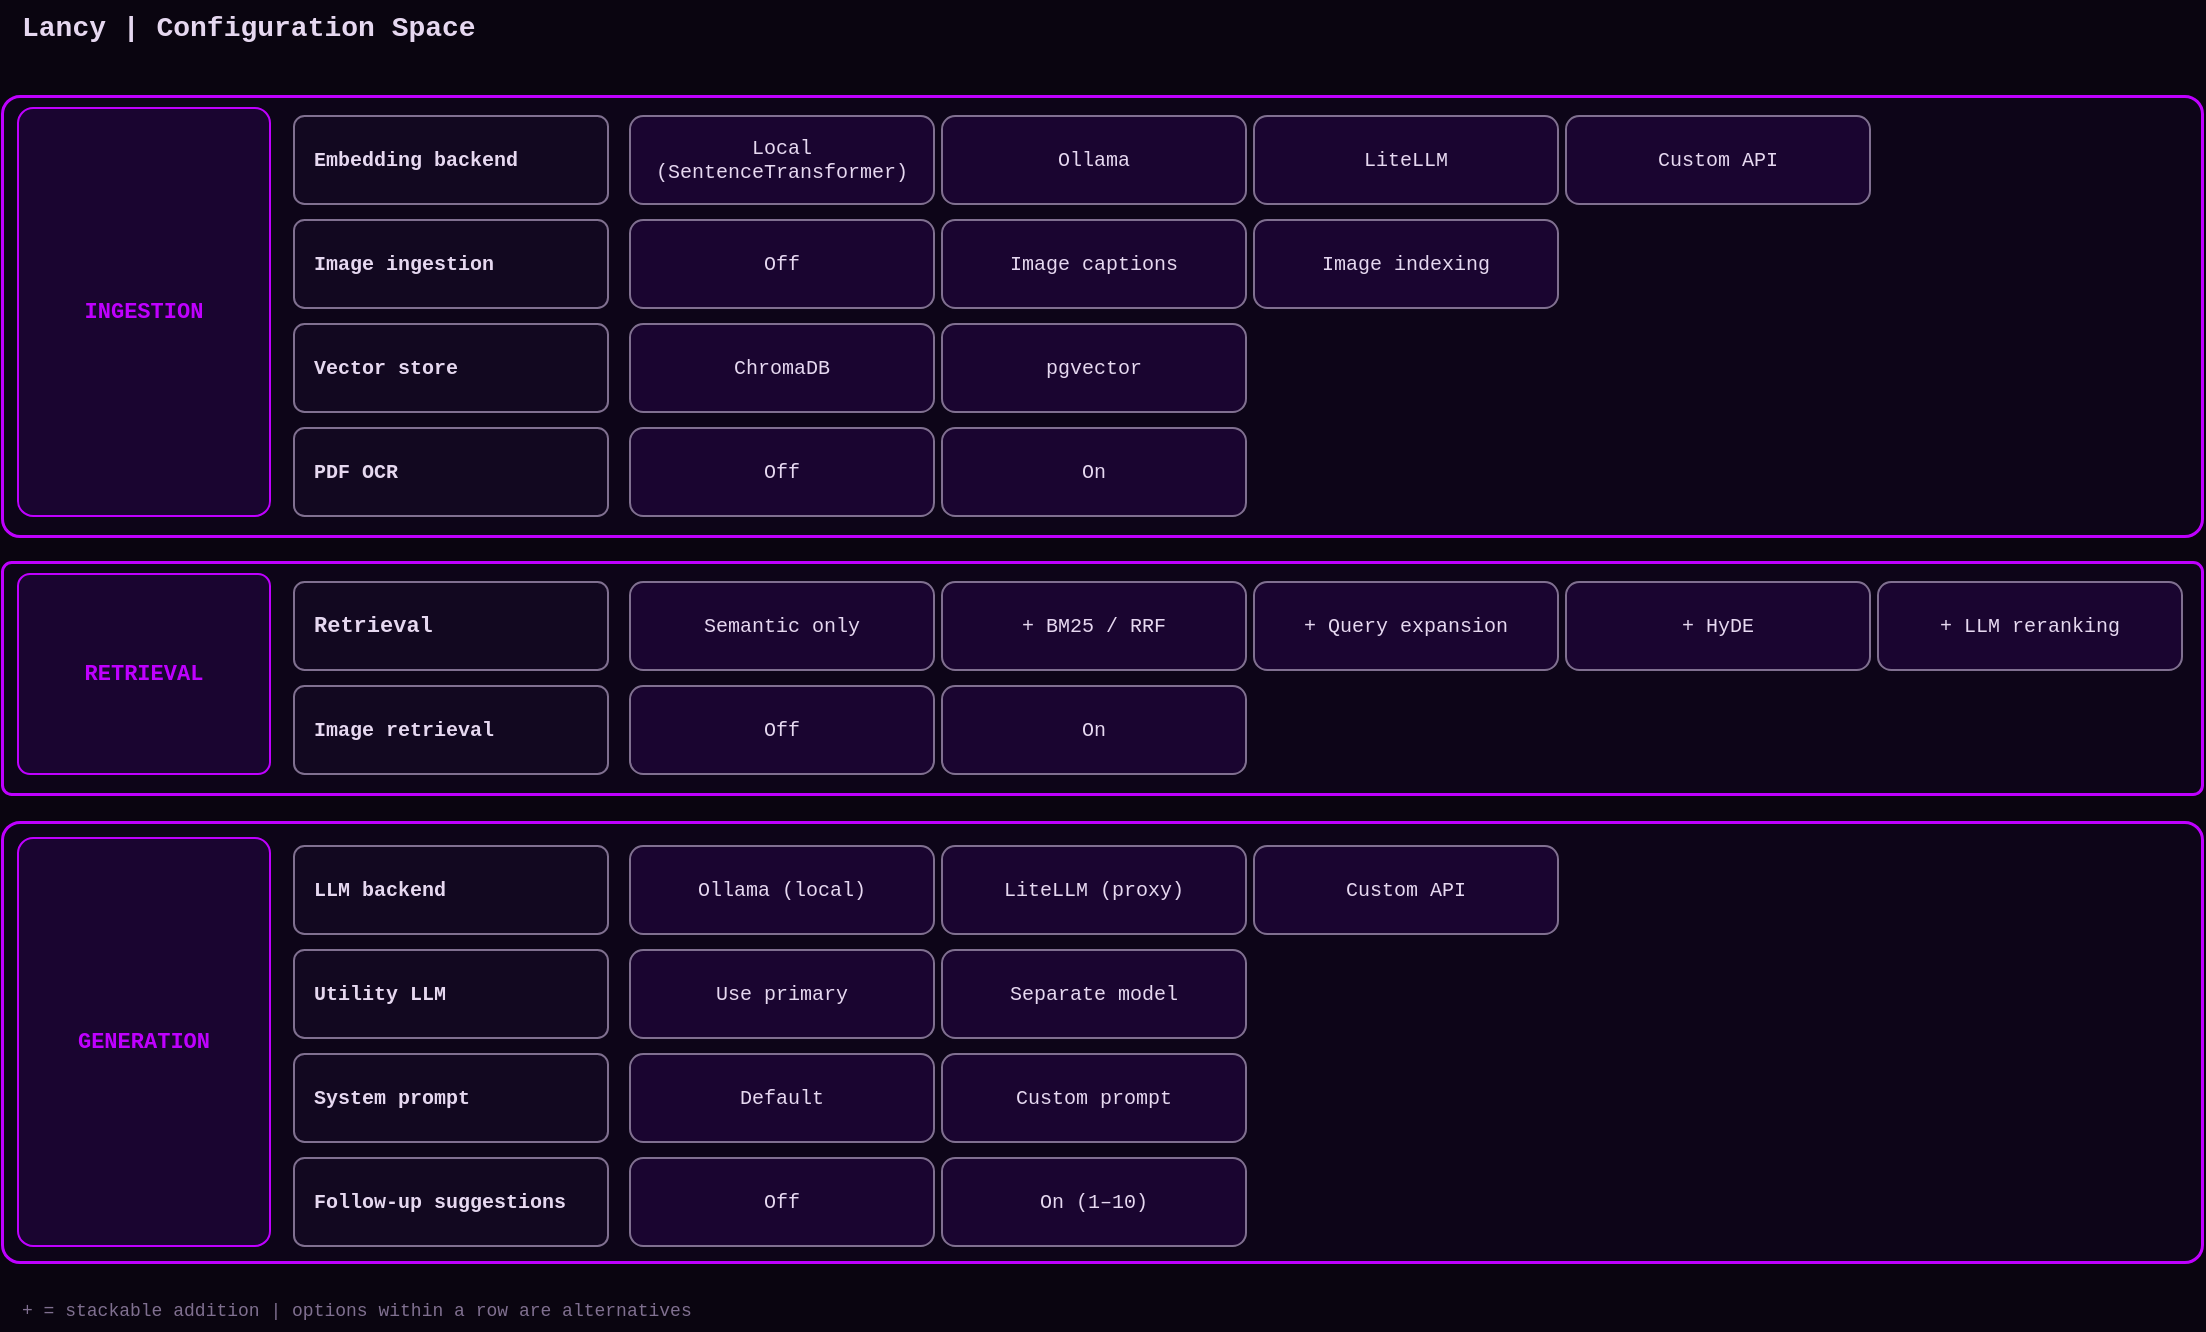
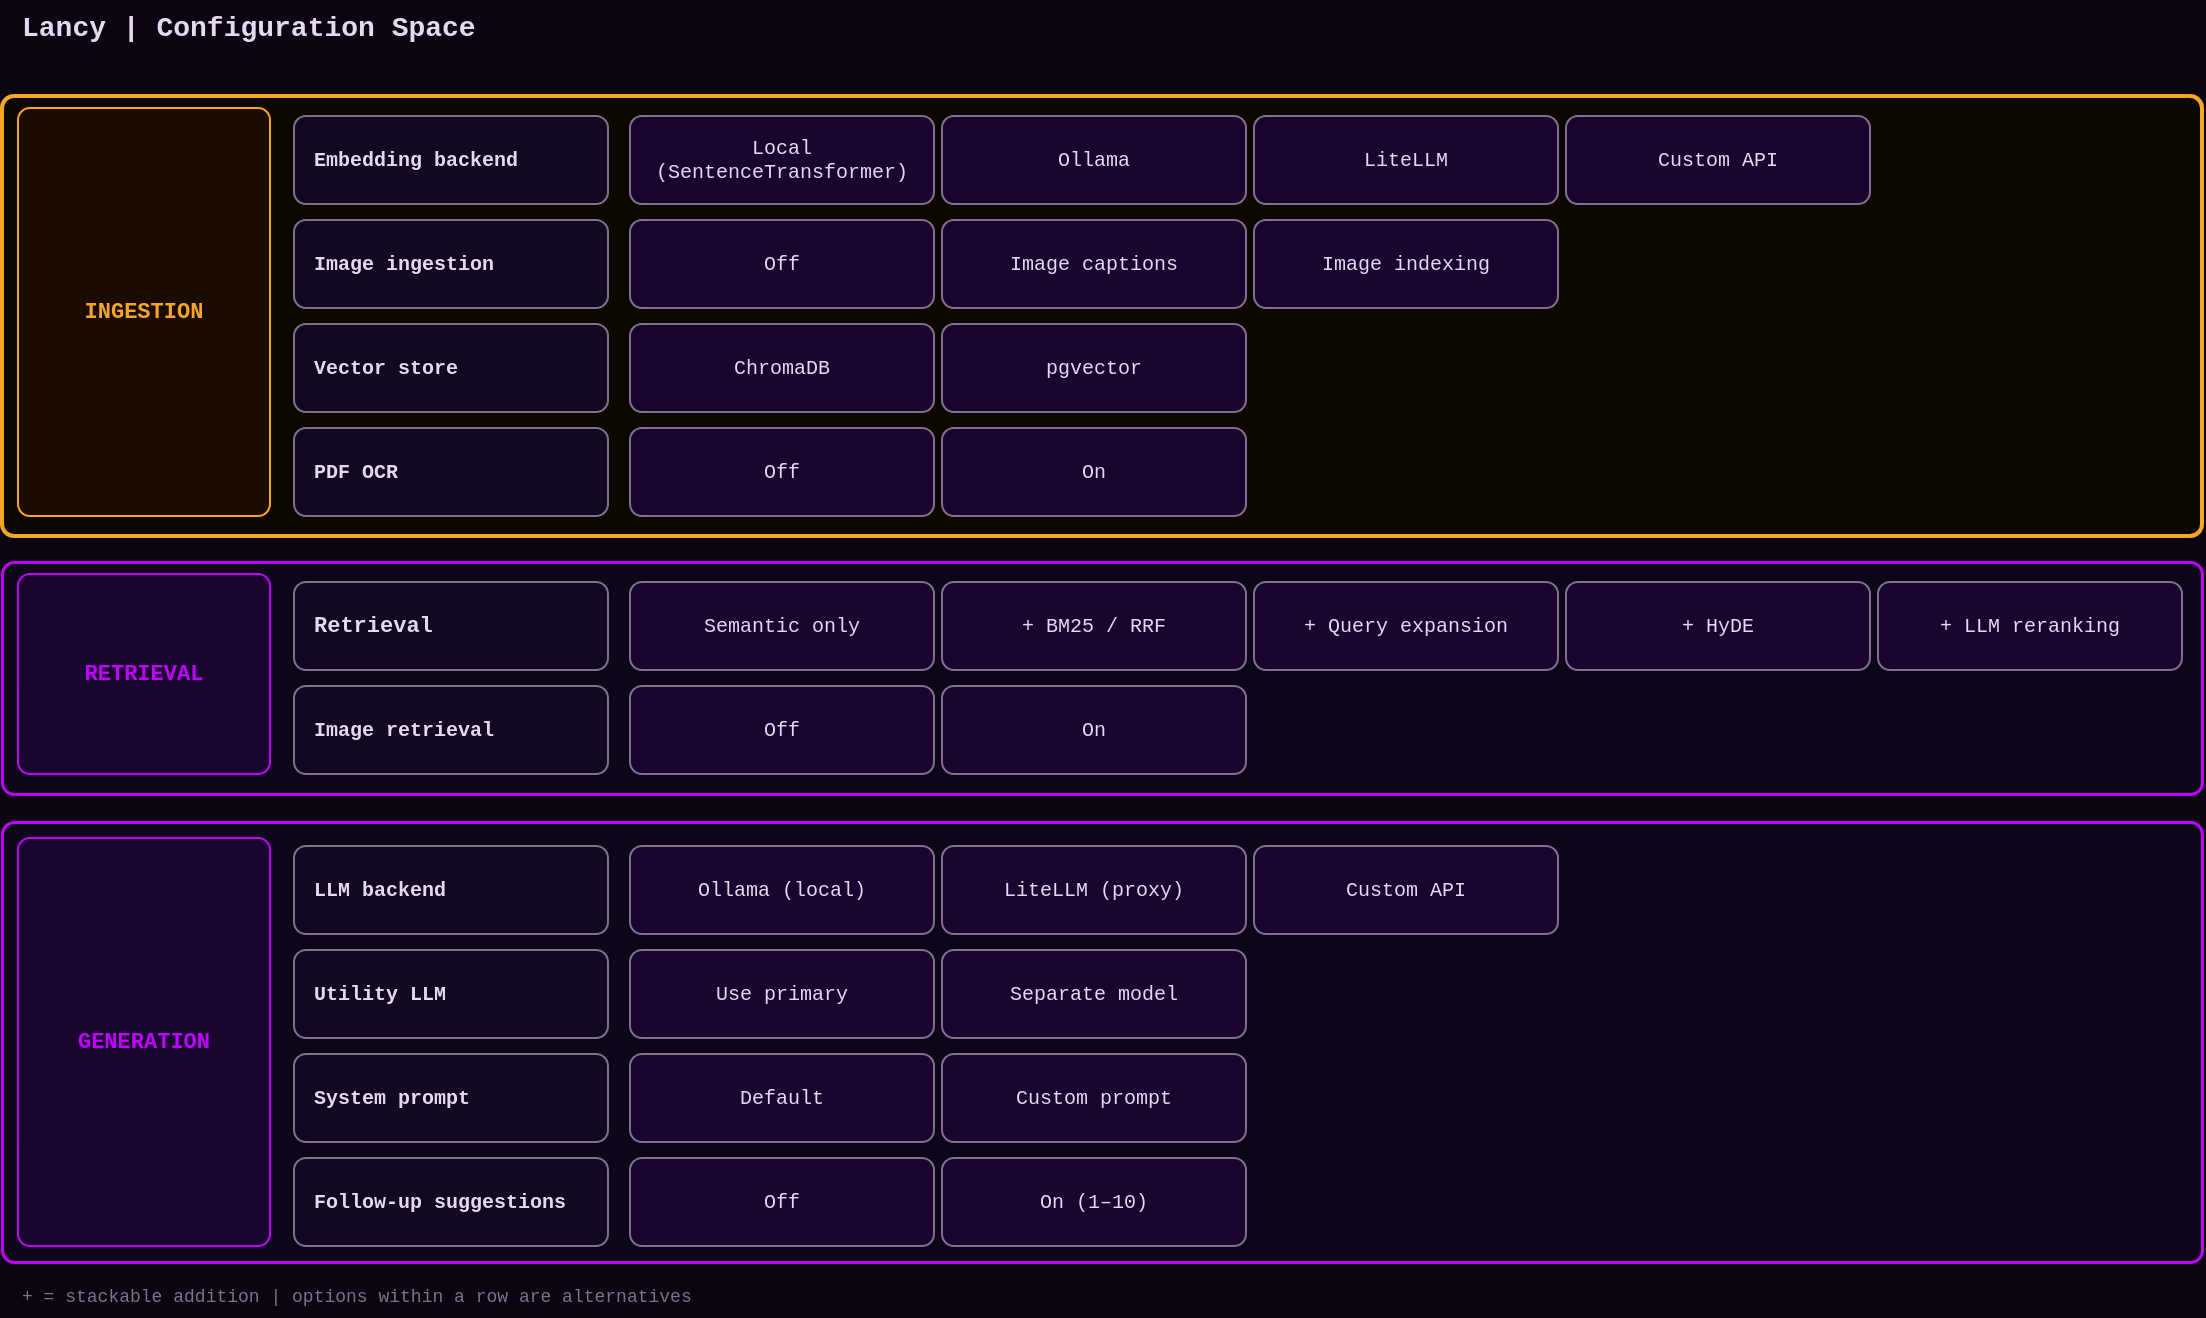
<mxfile host="Electron">
  <diagram id="lancy-morpho-box" name="Morphological Configuration Box">
-     <mxGraphModel dx="1956" dy="1177" grid="0" gridSize="10" guides="1" tooltips="1" connect="1" arrows="1" fold="1" page="0" pageScale="1" pageWidth="1600" pageHeight="700" background="#0a0510" math="0" shadow="0">
+     <mxGraphModel dx="2054" dy="1196" grid="0" gridSize="10" guides="1" tooltips="1" connect="1" arrows="1" fold="1" page="0" pageScale="1" pageWidth="1600" pageHeight="700" background="#0a0510" math="0" shadow="0">
      <root>
        <mxCell id="0" />
        <mxCell id="1" parent="0" />
        <mxCell id="title" parent="1" style="text;html=1;strokeColor=none;fillColor=none;align=left;verticalAlign=middle;fontColor=#e6d8f0;fontSize=14;fontFamily=Courier New;fontStyle=1;" value="Lancy | Configuration Space" vertex="1">
          <mxGeometry height="28" width="500" x="30" y="32" as="geometry" />
        </mxCell>
        <mxCell id="legend" parent="1" style="text;html=1;strokeColor=none;fillColor=none;align=left;verticalAlign=middle;fontColor=#807090;fontSize=9;fontFamily=Courier New;" value="+ = stackable addition    |    options within a row are alternatives" vertex="1">
-           <mxGeometry height="18" width="700" x="30" y="679" as="geometry" />
+           <mxGeometry height="18" width="700" x="30" y="672" as="geometry" />
        </mxCell>
-         <mxCell id="c-ing" parent="1" style="rounded=1;whiteSpace=wrap;html=1;fillColor=#0d0518;strokeColor=#bf00ff;strokeWidth=1.5;arcSize=4;align=center;verticalAlign=middle;fontFamily=Helvetica;fontSize=12;fontColor=default;" value="" vertex="1">
+         <mxCell id="c-ing" parent="1" style="rounded=1;whiteSpace=wrap;html=1;fillColor=#0c0800;strokeColor=#f5a623;strokeWidth=2;arcSize=12;align=center;verticalAlign=middle;fontFamily=Helvetica;fontSize=12;fontColor=default;absoluteArcSize=1;" value="" vertex="1">
          <mxGeometry height="220" width="1100" x="22" y="80" as="geometry" />
        </mxCell>
-         <mxCell id="c-ret" parent="1" style="rounded=1;whiteSpace=wrap;html=1;fillColor=#0d0518;strokeColor=#bf00ff;strokeWidth=1.5;arcSize=4;" value="" vertex="1">
+         <mxCell id="c-ret" parent="1" style="rounded=1;whiteSpace=wrap;html=1;fillColor=#0d0518;strokeColor=#bf00ff;strokeWidth=1.5;arcSize=12;absoluteArcSize=1;" value="" vertex="1">
          <mxGeometry height="116" width="1100" x="22" y="313" as="geometry" />
        </mxCell>
-         <mxCell id="c-gen" parent="1" style="rounded=1;whiteSpace=wrap;html=1;fillColor=#0d0518;strokeColor=#bf00ff;strokeWidth=1.5;arcSize=4;" value="" vertex="1">
+         <mxCell id="c-gen" parent="1" style="rounded=1;whiteSpace=wrap;html=1;fillColor=#0d0518;strokeColor=#bf00ff;strokeWidth=1.5;arcSize=12;absoluteArcSize=1;" value="" vertex="1">
          <mxGeometry height="220" width="1100" x="22" y="443" as="geometry" />
        </mxCell>
-         <mxCell id="d-emb" parent="1" style="rounded=1;whiteSpace=wrap;html=1;fillColor=#120820;strokeColor=#807090;fontColor=#e6d8f0;fontSize=10;fontFamily=Courier New;fontStyle=1;arcSize=12;align=left;verticalAlign=middle;spacingLeft=8;" value="Embedding backend" vertex="1">
+         <mxCell id="d-emb" parent="1" style="rounded=1;whiteSpace=wrap;html=1;fillColor=#120820;strokeColor=#807090;fontColor=#e6d8f0;fontSize=10;fontFamily=Courier New;fontStyle=1;arcSize=12;align=left;verticalAlign=middle;spacingLeft=8;absoluteArcSize=1;" value="Embedding backend" vertex="1">
          <mxGeometry height="44" width="157" x="168" y="90" as="geometry" />
        </mxCell>
-         <mxCell id="o-emb-0" parent="1" style="rounded=1;whiteSpace=wrap;html=1;fillColor=#1a0530;strokeColor=#807090;fontColor=#e6d8f0;fontSize=10;fontFamily=Courier New;align=center;verticalAlign=middle;" value="Local&#xa;(SentenceTransformer)" vertex="1">
+         <mxCell id="o-emb-0" parent="1" style="rounded=1;whiteSpace=wrap;html=1;fillColor=#1a0530;strokeColor=#807090;fontColor=#e6d8f0;fontSize=10;fontFamily=Courier New;align=center;verticalAlign=middle;absoluteArcSize=1;arcSize=12;" value="Local&#xa;(SentenceTransformer)" vertex="1">
          <mxGeometry height="44" width="152" x="336" y="90" as="geometry" />
        </mxCell>
-         <mxCell id="o-emb-1" parent="1" style="rounded=1;whiteSpace=wrap;html=1;fillColor=#1a0530;strokeColor=#807090;fontColor=#e6d8f0;fontSize=10;fontFamily=Courier New;align=center;verticalAlign=middle;" value="Ollama" vertex="1">
+         <mxCell id="o-emb-1" parent="1" style="rounded=1;whiteSpace=wrap;html=1;fillColor=#1a0530;strokeColor=#807090;fontColor=#e6d8f0;fontSize=10;fontFamily=Courier New;align=center;verticalAlign=middle;absoluteArcSize=1;arcSize=12;" value="Ollama" vertex="1">
          <mxGeometry height="44" width="152" x="492" y="90" as="geometry" />
        </mxCell>
-         <mxCell id="o-emb-2" parent="1" style="rounded=1;whiteSpace=wrap;html=1;fillColor=#1a0530;strokeColor=#807090;fontColor=#e6d8f0;fontSize=10;fontFamily=Courier New;align=center;verticalAlign=middle;" value="LiteLLM" vertex="1">
+         <mxCell id="o-emb-2" parent="1" style="rounded=1;whiteSpace=wrap;html=1;fillColor=#1a0530;strokeColor=#807090;fontColor=#e6d8f0;fontSize=10;fontFamily=Courier New;align=center;verticalAlign=middle;absoluteArcSize=1;arcSize=12;" value="LiteLLM" vertex="1">
          <mxGeometry height="44" width="152" x="648" y="90" as="geometry" />
        </mxCell>
-         <mxCell id="o-emb-3" parent="1" style="rounded=1;whiteSpace=wrap;html=1;fillColor=#1a0530;strokeColor=#807090;fontColor=#e6d8f0;fontSize=10;fontFamily=Courier New;align=center;verticalAlign=middle;" value="Custom API" vertex="1">
+         <mxCell id="o-emb-3" parent="1" style="rounded=1;whiteSpace=wrap;html=1;fillColor=#1a0530;strokeColor=#807090;fontColor=#e6d8f0;fontSize=10;fontFamily=Courier New;align=center;verticalAlign=middle;absoluteArcSize=1;arcSize=12;" value="Custom API" vertex="1">
          <mxGeometry height="44" width="152" x="804" y="90" as="geometry" />
        </mxCell>
-         <mxCell id="d-img" parent="1" style="rounded=1;whiteSpace=wrap;html=1;fillColor=#120820;strokeColor=#807090;fontColor=#e6d8f0;fontSize=10;fontFamily=Courier New;fontStyle=1;arcSize=12;align=left;verticalAlign=middle;spacingLeft=8;" value="&lt;font&gt;Image ingestion&lt;/font&gt;" vertex="1">
+         <mxCell id="d-img" parent="1" style="rounded=1;whiteSpace=wrap;html=1;fillColor=#120820;strokeColor=#807090;fontColor=#e6d8f0;fontSize=10;fontFamily=Courier New;fontStyle=1;arcSize=12;align=left;verticalAlign=middle;spacingLeft=8;absoluteArcSize=1;" value="&lt;font&gt;Image ingestion&lt;/font&gt;" vertex="1">
          <mxGeometry height="44" width="157" x="168" y="142" as="geometry" />
        </mxCell>
-         <mxCell id="o-img-0" parent="1" style="rounded=1;whiteSpace=wrap;html=1;fillColor=#1a0530;strokeColor=#807090;fontColor=#e6d8f0;fontSize=10;fontFamily=Courier New;align=center;verticalAlign=middle;" value="Off" vertex="1">
+         <mxCell id="o-img-0" parent="1" style="rounded=1;whiteSpace=wrap;html=1;fillColor=#1a0530;strokeColor=#807090;fontColor=#e6d8f0;fontSize=10;fontFamily=Courier New;align=center;verticalAlign=middle;absoluteArcSize=1;arcSize=12;" value="Off" vertex="1">
          <mxGeometry height="44" width="152" x="336" y="142" as="geometry" />
        </mxCell>
-         <mxCell id="o-img-1" parent="1" style="rounded=1;whiteSpace=wrap;html=1;fillColor=#1a0530;strokeColor=#807090;fontColor=#e6d8f0;fontSize=10;fontFamily=Courier New;align=center;verticalAlign=middle;" value="Image captions" vertex="1">
+         <mxCell id="o-img-1" parent="1" style="rounded=1;whiteSpace=wrap;html=1;fillColor=#1a0530;strokeColor=#807090;fontColor=#e6d8f0;fontSize=10;fontFamily=Courier New;align=center;verticalAlign=middle;absoluteArcSize=1;arcSize=12;" value="Image captions" vertex="1">
          <mxGeometry height="44" width="152" x="492" y="142" as="geometry" />
        </mxCell>
-         <mxCell id="o-img-2" parent="1" style="rounded=1;whiteSpace=wrap;html=1;fillColor=#1a0530;strokeColor=#807090;fontColor=#e6d8f0;fontSize=10;fontFamily=Courier New;align=center;verticalAlign=middle;" value="Image indexing" vertex="1">
+         <mxCell id="o-img-2" parent="1" style="rounded=1;whiteSpace=wrap;html=1;fillColor=#1a0530;strokeColor=#807090;fontColor=#e6d8f0;fontSize=10;fontFamily=Courier New;align=center;verticalAlign=middle;absoluteArcSize=1;arcSize=12;" value="Image indexing" vertex="1">
          <mxGeometry height="44" width="152" x="648" y="142" as="geometry" />
        </mxCell>
-         <mxCell id="d-vs" parent="1" style="rounded=1;whiteSpace=wrap;html=1;fillColor=#120820;strokeColor=#807090;fontColor=#e6d8f0;fontSize=10;fontFamily=Courier New;fontStyle=1;arcSize=12;align=left;spacingLeft=8;verticalAlign=middle;" value="Vector store" vertex="1">
+         <mxCell id="d-vs" parent="1" style="rounded=1;whiteSpace=wrap;html=1;fillColor=#120820;strokeColor=#807090;fontColor=#e6d8f0;fontSize=10;fontFamily=Courier New;fontStyle=1;arcSize=12;align=left;spacingLeft=8;verticalAlign=middle;absoluteArcSize=1;" value="Vector store" vertex="1">
          <mxGeometry height="44" width="157" x="168" y="194" as="geometry" />
        </mxCell>
-         <mxCell id="o-vs-0" parent="1" style="rounded=1;whiteSpace=wrap;html=1;fillColor=#1a0530;strokeColor=#807090;fontColor=#e6d8f0;fontSize=10;fontFamily=Courier New;align=center;verticalAlign=middle;" value="ChromaDB" vertex="1">
+         <mxCell id="o-vs-0" parent="1" style="rounded=1;whiteSpace=wrap;html=1;fillColor=#1a0530;strokeColor=#807090;fontColor=#e6d8f0;fontSize=10;fontFamily=Courier New;align=center;verticalAlign=middle;absoluteArcSize=1;arcSize=12;" value="ChromaDB" vertex="1">
          <mxGeometry height="44" width="152" x="336" y="194" as="geometry" />
        </mxCell>
-         <mxCell id="o-vs-1" parent="1" style="rounded=1;whiteSpace=wrap;html=1;fillColor=#1a0530;strokeColor=#807090;fontColor=#e6d8f0;fontSize=10;fontFamily=Courier New;align=center;verticalAlign=middle;" value="pgvector" vertex="1">
+         <mxCell id="o-vs-1" parent="1" style="rounded=1;whiteSpace=wrap;html=1;fillColor=#1a0530;strokeColor=#807090;fontColor=#e6d8f0;fontSize=10;fontFamily=Courier New;align=center;verticalAlign=middle;absoluteArcSize=1;arcSize=12;" value="pgvector" vertex="1">
          <mxGeometry height="44" width="152" x="492" y="194" as="geometry" />
        </mxCell>
-         <mxCell id="d-ocr" parent="1" style="rounded=1;whiteSpace=wrap;html=1;fillColor=#120820;strokeColor=#807090;fontColor=#e6d8f0;fontSize=10;fontFamily=Courier New;fontStyle=1;arcSize=12;align=left;spacingLeft=8;verticalAlign=middle;" value="PDF OCR" vertex="1">
+         <mxCell id="d-ocr" parent="1" style="rounded=1;whiteSpace=wrap;html=1;fillColor=#120820;strokeColor=#807090;fontColor=#e6d8f0;fontSize=10;fontFamily=Courier New;fontStyle=1;arcSize=12;align=left;spacingLeft=8;verticalAlign=middle;absoluteArcSize=1;" value="PDF OCR" vertex="1">
          <mxGeometry height="44" width="157" x="168" y="246" as="geometry" />
        </mxCell>
-         <mxCell id="o-ocr-0" parent="1" style="rounded=1;whiteSpace=wrap;html=1;fillColor=#1a0530;strokeColor=#807090;fontColor=#e6d8f0;fontSize=10;fontFamily=Courier New;align=center;verticalAlign=middle;" value="Off" vertex="1">
+         <mxCell id="o-ocr-0" parent="1" style="rounded=1;whiteSpace=wrap;html=1;fillColor=#1a0530;strokeColor=#807090;fontColor=#e6d8f0;fontSize=10;fontFamily=Courier New;align=center;verticalAlign=middle;absoluteArcSize=1;arcSize=12;" value="Off" vertex="1">
          <mxGeometry height="44" width="152" x="336" y="246" as="geometry" />
        </mxCell>
-         <mxCell id="o-ocr-1" parent="1" style="rounded=1;whiteSpace=wrap;html=1;fillColor=#1a0530;strokeColor=#807090;fontColor=#e6d8f0;fontSize=10;fontFamily=Courier New;align=center;verticalAlign=middle;" value="On" vertex="1">
+         <mxCell id="o-ocr-1" parent="1" style="rounded=1;whiteSpace=wrap;html=1;fillColor=#1a0530;strokeColor=#807090;fontColor=#e6d8f0;fontSize=10;fontFamily=Courier New;align=center;verticalAlign=middle;absoluteArcSize=1;arcSize=12;" value="On" vertex="1">
          <mxGeometry height="44" width="152" x="492" y="246" as="geometry" />
        </mxCell>
-         <mxCell id="d-ret" parent="1" style="rounded=1;whiteSpace=wrap;html=1;fillColor=#120820;strokeColor=#807090;fontColor=#e6d8f0;fontSize=10;fontFamily=Courier New;fontStyle=1;arcSize=12;align=left;spacingLeft=8;" value="&lt;font style=&quot;font-size: 11px;&quot;&gt;Retrieval&lt;/font&gt;" vertex="1">
+         <mxCell id="d-ret" parent="1" style="rounded=1;whiteSpace=wrap;html=1;fillColor=#120820;strokeColor=#807090;fontColor=#e6d8f0;fontSize=10;fontFamily=Courier New;fontStyle=1;arcSize=12;align=left;spacingLeft=8;absoluteArcSize=1;" value="&lt;font style=&quot;font-size: 11px;&quot;&gt;Retrieval&lt;/font&gt;" vertex="1">
          <mxGeometry height="44" width="157" x="168" y="323" as="geometry" />
        </mxCell>
-         <mxCell id="o-ret-0" parent="1" style="rounded=1;whiteSpace=wrap;html=1;fillColor=#1a0530;strokeColor=#807090;fontColor=#e6d8f0;fontSize=10;fontFamily=Courier New;align=center;verticalAlign=middle;" value="Semantic only" vertex="1">
+         <mxCell id="o-ret-0" parent="1" style="rounded=1;whiteSpace=wrap;html=1;fillColor=#1a0530;strokeColor=#807090;fontColor=#e6d8f0;fontSize=10;fontFamily=Courier New;align=center;verticalAlign=middle;absoluteArcSize=1;arcSize=12;" value="Semantic only" vertex="1">
          <mxGeometry height="44" width="152" x="336" y="323" as="geometry" />
        </mxCell>
-         <mxCell id="o-ret-1" parent="1" style="rounded=1;whiteSpace=wrap;html=1;fillColor=#1a0530;strokeColor=#807090;fontColor=#e6d8f0;fontSize=10;fontFamily=Courier New;align=center;verticalAlign=middle;" value="+ BM25 / RRF" vertex="1">
+         <mxCell id="o-ret-1" parent="1" style="rounded=1;whiteSpace=wrap;html=1;fillColor=#1a0530;strokeColor=#807090;fontColor=#e6d8f0;fontSize=10;fontFamily=Courier New;align=center;verticalAlign=middle;absoluteArcSize=1;arcSize=12;" value="+ BM25 / RRF" vertex="1">
          <mxGeometry height="44" width="152" x="492" y="323" as="geometry" />
        </mxCell>
-         <mxCell id="o-ret-2" parent="1" style="rounded=1;whiteSpace=wrap;html=1;fillColor=#1a0530;strokeColor=#807090;fontColor=#e6d8f0;fontSize=10;fontFamily=Courier New;align=center;verticalAlign=middle;" value="+ Query expansion" vertex="1">
+         <mxCell id="o-ret-2" parent="1" style="rounded=1;whiteSpace=wrap;html=1;fillColor=#1a0530;strokeColor=#807090;fontColor=#e6d8f0;fontSize=10;fontFamily=Courier New;align=center;verticalAlign=middle;absoluteArcSize=1;arcSize=12;" value="+ Query expansion" vertex="1">
          <mxGeometry height="44" width="152" x="648" y="323" as="geometry" />
        </mxCell>
-         <mxCell id="o-ret-3" parent="1" style="rounded=1;whiteSpace=wrap;html=1;fillColor=#1a0530;strokeColor=#807090;fontColor=#e6d8f0;fontSize=10;fontFamily=Courier New;align=center;verticalAlign=middle;" value="+ HyDE" vertex="1">
+         <mxCell id="o-ret-3" parent="1" style="rounded=1;whiteSpace=wrap;html=1;fillColor=#1a0530;strokeColor=#807090;fontColor=#e6d8f0;fontSize=10;fontFamily=Courier New;align=center;verticalAlign=middle;absoluteArcSize=1;arcSize=12;" value="+ HyDE" vertex="1">
          <mxGeometry height="44" width="152" x="804" y="323" as="geometry" />
        </mxCell>
-         <mxCell id="o-ret-4" parent="1" style="rounded=1;whiteSpace=wrap;html=1;fillColor=#1a0530;strokeColor=#807090;fontColor=#e6d8f0;fontSize=10;fontFamily=Courier New;align=center;verticalAlign=middle;" value="+ LLM reranking" vertex="1">
+         <mxCell id="o-ret-4" parent="1" style="rounded=1;whiteSpace=wrap;html=1;fillColor=#1a0530;strokeColor=#807090;fontColor=#e6d8f0;fontSize=10;fontFamily=Courier New;align=center;verticalAlign=middle;absoluteArcSize=1;arcSize=12;" value="+ LLM reranking" vertex="1">
          <mxGeometry height="44" width="152" x="960" y="323" as="geometry" />
        </mxCell>
-         <mxCell id="d-iret" parent="1" style="rounded=1;whiteSpace=wrap;html=1;fillColor=#120820;strokeColor=#807090;fontColor=#e6d8f0;fontSize=10;fontFamily=Courier New;fontStyle=1;arcSize=12;align=left;spacingLeft=8;verticalAlign=middle;" value="Image retrieval" vertex="1">
+         <mxCell id="d-iret" parent="1" style="rounded=1;whiteSpace=wrap;html=1;fillColor=#120820;strokeColor=#807090;fontColor=#e6d8f0;fontSize=10;fontFamily=Courier New;fontStyle=1;arcSize=12;align=left;spacingLeft=8;verticalAlign=middle;absoluteArcSize=1;" value="Image retrieval" vertex="1">
          <mxGeometry height="44" width="157" x="168" y="375" as="geometry" />
        </mxCell>
-         <mxCell id="o-iret-0" parent="1" style="rounded=1;whiteSpace=wrap;html=1;fillColor=#1a0530;strokeColor=#807090;fontColor=#e6d8f0;fontSize=10;fontFamily=Courier New;align=center;verticalAlign=middle;" value="Off" vertex="1">
+         <mxCell id="o-iret-0" parent="1" style="rounded=1;whiteSpace=wrap;html=1;fillColor=#1a0530;strokeColor=#807090;fontColor=#e6d8f0;fontSize=10;fontFamily=Courier New;align=center;verticalAlign=middle;absoluteArcSize=1;arcSize=12;" value="Off" vertex="1">
          <mxGeometry height="44" width="152" x="336" y="375" as="geometry" />
        </mxCell>
-         <mxCell id="o-iret-1" parent="1" style="rounded=1;whiteSpace=wrap;html=1;fillColor=#1a0530;strokeColor=#807090;fontColor=#e6d8f0;fontSize=10;fontFamily=Courier New;align=center;verticalAlign=middle;" value="On" vertex="1">
+         <mxCell id="o-iret-1" parent="1" style="rounded=1;whiteSpace=wrap;html=1;fillColor=#1a0530;strokeColor=#807090;fontColor=#e6d8f0;fontSize=10;fontFamily=Courier New;align=center;verticalAlign=middle;absoluteArcSize=1;arcSize=12;" value="On" vertex="1">
          <mxGeometry height="44" width="152" x="492" y="375" as="geometry" />
        </mxCell>
-         <mxCell id="d-llm" parent="1" style="rounded=1;whiteSpace=wrap;html=1;fillColor=#120820;strokeColor=#807090;fontColor=#e6d8f0;fontSize=10;fontFamily=Courier New;fontStyle=1;arcSize=12;align=left;spacingLeft=8;verticalAlign=middle;" value="LLM backend" vertex="1">
+         <mxCell id="d-llm" parent="1" style="rounded=1;whiteSpace=wrap;html=1;fillColor=#120820;strokeColor=#807090;fontColor=#e6d8f0;fontSize=10;fontFamily=Courier New;fontStyle=1;arcSize=12;align=left;spacingLeft=8;verticalAlign=middle;absoluteArcSize=1;" value="LLM backend" vertex="1">
          <mxGeometry height="44" width="157" x="168" y="455" as="geometry" />
        </mxCell>
-         <mxCell id="o-llm-0" parent="1" style="rounded=1;whiteSpace=wrap;html=1;fillColor=#1a0530;strokeColor=#807090;fontColor=#e6d8f0;fontSize=10;fontFamily=Courier New;align=center;verticalAlign=middle;" value="Ollama (local)" vertex="1">
+         <mxCell id="o-llm-0" parent="1" style="rounded=1;whiteSpace=wrap;html=1;fillColor=#1a0530;strokeColor=#807090;fontColor=#e6d8f0;fontSize=10;fontFamily=Courier New;align=center;verticalAlign=middle;absoluteArcSize=1;arcSize=12;" value="Ollama (local)" vertex="1">
          <mxGeometry height="44" width="152" x="336" y="455" as="geometry" />
        </mxCell>
-         <mxCell id="o-llm-1" parent="1" style="rounded=1;whiteSpace=wrap;html=1;fillColor=#1a0530;strokeColor=#807090;fontColor=#e6d8f0;fontSize=10;fontFamily=Courier New;align=center;verticalAlign=middle;" value="LiteLLM (proxy)" vertex="1">
+         <mxCell id="o-llm-1" parent="1" style="rounded=1;whiteSpace=wrap;html=1;fillColor=#1a0530;strokeColor=#807090;fontColor=#e6d8f0;fontSize=10;fontFamily=Courier New;align=center;verticalAlign=middle;absoluteArcSize=1;arcSize=12;" value="LiteLLM (proxy)" vertex="1">
          <mxGeometry height="44" width="152" x="492" y="455" as="geometry" />
        </mxCell>
-         <mxCell id="o-llm-2" parent="1" style="rounded=1;whiteSpace=wrap;html=1;fillColor=#1a0530;strokeColor=#807090;fontColor=#e6d8f0;fontSize=10;fontFamily=Courier New;align=center;verticalAlign=middle;" value="Custom API" vertex="1">
+         <mxCell id="o-llm-2" parent="1" style="rounded=1;whiteSpace=wrap;html=1;fillColor=#1a0530;strokeColor=#807090;fontColor=#e6d8f0;fontSize=10;fontFamily=Courier New;align=center;verticalAlign=middle;absoluteArcSize=1;arcSize=12;" value="Custom API" vertex="1">
          <mxGeometry height="44" width="152" x="648" y="455" as="geometry" />
        </mxCell>
-         <mxCell id="d-util" parent="1" style="rounded=1;whiteSpace=wrap;html=1;fillColor=#120820;strokeColor=#807090;fontColor=#e6d8f0;fontSize=10;fontFamily=Courier New;fontStyle=1;arcSize=12;align=left;spacingLeft=8;verticalAlign=middle;" value="Utility LLM" vertex="1">
+         <mxCell id="d-util" parent="1" style="rounded=1;whiteSpace=wrap;html=1;fillColor=#120820;strokeColor=#807090;fontColor=#e6d8f0;fontSize=10;fontFamily=Courier New;fontStyle=1;arcSize=12;align=left;spacingLeft=8;verticalAlign=middle;absoluteArcSize=1;" value="Utility LLM" vertex="1">
          <mxGeometry height="44" width="157" x="168" y="507" as="geometry" />
        </mxCell>
-         <mxCell id="o-util-0" parent="1" style="rounded=1;whiteSpace=wrap;html=1;fillColor=#1a0530;strokeColor=#807090;fontColor=#e6d8f0;fontSize=10;fontFamily=Courier New;align=center;verticalAlign=middle;" value="Use primary" vertex="1">
+         <mxCell id="o-util-0" parent="1" style="rounded=1;whiteSpace=wrap;html=1;fillColor=#1a0530;strokeColor=#807090;fontColor=#e6d8f0;fontSize=10;fontFamily=Courier New;align=center;verticalAlign=middle;absoluteArcSize=1;arcSize=12;" value="Use primary" vertex="1">
          <mxGeometry height="44" width="152" x="336" y="507" as="geometry" />
        </mxCell>
-         <mxCell id="o-util-1" parent="1" style="rounded=1;whiteSpace=wrap;html=1;fillColor=#1a0530;strokeColor=#807090;fontColor=#e6d8f0;fontSize=10;fontFamily=Courier New;align=center;verticalAlign=middle;" value="Separate model" vertex="1">
+         <mxCell id="o-util-1" parent="1" style="rounded=1;whiteSpace=wrap;html=1;fillColor=#1a0530;strokeColor=#807090;fontColor=#e6d8f0;fontSize=10;fontFamily=Courier New;align=center;verticalAlign=middle;absoluteArcSize=1;arcSize=12;" value="Separate model" vertex="1">
          <mxGeometry height="44" width="152" x="492" y="507" as="geometry" />
        </mxCell>
-         <mxCell id="d-sys" parent="1" style="rounded=1;whiteSpace=wrap;html=1;fillColor=#120820;strokeColor=#807090;fontColor=#e6d8f0;fontSize=10;fontFamily=Courier New;fontStyle=1;arcSize=12;align=left;spacingLeft=8;verticalAlign=middle;" value="System prompt" vertex="1">
+         <mxCell id="d-sys" parent="1" style="rounded=1;whiteSpace=wrap;html=1;fillColor=#120820;strokeColor=#807090;fontColor=#e6d8f0;fontSize=10;fontFamily=Courier New;fontStyle=1;arcSize=12;align=left;spacingLeft=8;verticalAlign=middle;absoluteArcSize=1;" value="System prompt" vertex="1">
          <mxGeometry height="44" width="157" x="168" y="559" as="geometry" />
        </mxCell>
-         <mxCell id="o-sys-0" parent="1" style="rounded=1;whiteSpace=wrap;html=1;fillColor=#1a0530;strokeColor=#807090;fontColor=#e6d8f0;fontSize=10;fontFamily=Courier New;align=center;verticalAlign=middle;" value="Default" vertex="1">
+         <mxCell id="o-sys-0" parent="1" style="rounded=1;whiteSpace=wrap;html=1;fillColor=#1a0530;strokeColor=#807090;fontColor=#e6d8f0;fontSize=10;fontFamily=Courier New;align=center;verticalAlign=middle;absoluteArcSize=1;arcSize=12;" value="Default" vertex="1">
          <mxGeometry height="44" width="152" x="336" y="559" as="geometry" />
        </mxCell>
-         <mxCell id="o-sys-1" parent="1" style="rounded=1;whiteSpace=wrap;html=1;fillColor=#1a0530;strokeColor=#807090;fontColor=#e6d8f0;fontSize=10;fontFamily=Courier New;align=center;verticalAlign=middle;" value="Custom prompt" vertex="1">
+         <mxCell id="o-sys-1" parent="1" style="rounded=1;whiteSpace=wrap;html=1;fillColor=#1a0530;strokeColor=#807090;fontColor=#e6d8f0;fontSize=10;fontFamily=Courier New;align=center;verticalAlign=middle;absoluteArcSize=1;arcSize=12;" value="Custom prompt" vertex="1">
          <mxGeometry height="44" width="152" x="492" y="559" as="geometry" />
        </mxCell>
-         <mxCell id="d-fol" parent="1" style="rounded=1;whiteSpace=wrap;html=1;fillColor=#120820;strokeColor=#807090;fontColor=#e6d8f0;fontSize=10;fontFamily=Courier New;fontStyle=1;arcSize=12;align=left;spacingLeft=8;verticalAlign=middle;" value="Follow-up suggestions" vertex="1">
+         <mxCell id="d-fol" parent="1" style="rounded=1;whiteSpace=wrap;html=1;fillColor=#120820;strokeColor=#807090;fontColor=#e6d8f0;fontSize=10;fontFamily=Courier New;fontStyle=1;arcSize=12;align=left;spacingLeft=8;verticalAlign=middle;absoluteArcSize=1;" value="Follow-up suggestions" vertex="1">
          <mxGeometry height="44" width="157" x="168" y="611" as="geometry" />
        </mxCell>
-         <mxCell id="o-fol-0" parent="1" style="rounded=1;whiteSpace=wrap;html=1;fillColor=#1a0530;strokeColor=#807090;fontColor=#e6d8f0;fontSize=10;fontFamily=Courier New;align=center;verticalAlign=middle;" value="Off" vertex="1">
+         <mxCell id="o-fol-0" parent="1" style="rounded=1;whiteSpace=wrap;html=1;fillColor=#1a0530;strokeColor=#807090;fontColor=#e6d8f0;fontSize=10;fontFamily=Courier New;align=center;verticalAlign=middle;absoluteArcSize=1;arcSize=12;" value="Off" vertex="1">
          <mxGeometry height="44" width="152" x="336" y="611" as="geometry" />
        </mxCell>
-         <mxCell id="o-fol-1" parent="1" style="rounded=1;whiteSpace=wrap;html=1;fillColor=#1a0530;strokeColor=#807090;fontColor=#e6d8f0;fontSize=10;fontFamily=Courier New;align=center;verticalAlign=middle;" value="On (1–10)" vertex="1">
+         <mxCell id="o-fol-1" parent="1" style="rounded=1;whiteSpace=wrap;html=1;fillColor=#1a0530;strokeColor=#807090;fontColor=#e6d8f0;fontSize=10;fontFamily=Courier New;align=center;verticalAlign=middle;absoluteArcSize=1;arcSize=12;" value="On (1–10)" vertex="1">
          <mxGeometry height="44" width="152" x="492" y="611" as="geometry" />
        </mxCell>
-         <mxCell id="MrXFof0WKz1mfphcE5b_-37" parent="1" style="rounded=1;whiteSpace=wrap;html=1;fillColor=#1a0530;strokeColor=#bf00ff;fontColor=#bf00ff;fontSize=11;fontFamily=Courier New;fontStyle=1;arcSize=6;align=center;verticalAlign=middle;" value="INGESTION" vertex="1">
+         <mxCell id="MrXFof0WKz1mfphcE5b_-37" parent="1" style="rounded=1;whiteSpace=wrap;html=1;fillColor=#1a0d00;strokeColor=#f5a623;fontColor=#f5a623;fontSize=11;fontFamily=Courier New;fontStyle=1;arcSize=12;align=center;verticalAlign=middle;absoluteArcSize=1;" value="INGESTION" vertex="1">
          <mxGeometry height="204" width="126" x="30" y="86" as="geometry" />
        </mxCell>
-         <mxCell id="MrXFof0WKz1mfphcE5b_-38" parent="1" style="rounded=1;whiteSpace=wrap;html=1;fillColor=#1a0530;strokeColor=#bf00ff;fontColor=#bf00ff;fontSize=11;fontFamily=Courier New;fontStyle=1;arcSize=6;" value="RETRIEVAL" vertex="1">
+         <mxCell id="MrXFof0WKz1mfphcE5b_-38" parent="1" style="rounded=1;whiteSpace=wrap;html=1;fillColor=#1a0530;strokeColor=#bf00ff;fontColor=#bf00ff;fontSize=11;fontFamily=Courier New;fontStyle=1;arcSize=12;absoluteArcSize=1;" value="RETRIEVAL" vertex="1">
          <mxGeometry height="100" width="126" x="30" y="319" as="geometry" />
        </mxCell>
-         <mxCell id="MrXFof0WKz1mfphcE5b_-39" parent="1" style="rounded=1;whiteSpace=wrap;html=1;fillColor=#1a0530;strokeColor=#bf00ff;fontColor=#bf00ff;fontSize=11;fontFamily=Courier New;fontStyle=1;arcSize=6;" value="GENERATION" vertex="1">
+         <mxCell id="MrXFof0WKz1mfphcE5b_-39" parent="1" style="rounded=1;whiteSpace=wrap;html=1;fillColor=#1a0530;strokeColor=#bf00ff;fontColor=#bf00ff;fontSize=11;fontFamily=Courier New;fontStyle=1;arcSize=12;absoluteArcSize=1;" value="GENERATION" vertex="1">
          <mxGeometry height="204" width="126" x="30" y="451" as="geometry" />
        </mxCell>
      </root>
    </mxGraphModel>
  </diagram>
</mxfile>
